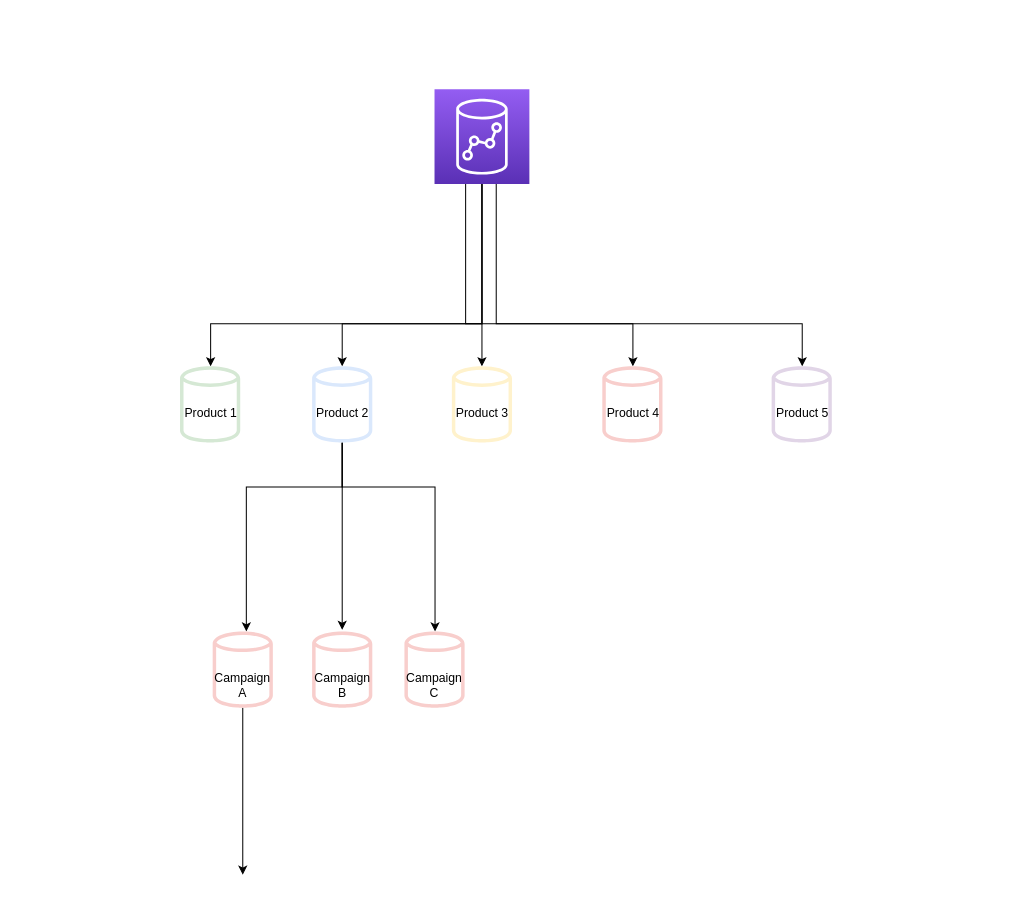
Before: data_hierachy.drawio in kajcryp/Blog-Flowcharts, a draw.io diagram. Source tidied: cells renumbered, new cells numbered last; positions are measured from the earlier drawing's top-left corner, leaving out a move shared by most shapes. Both pictures are drawn from the tidied source at 102%, with x=0, y=0 at pixel (180, 89).
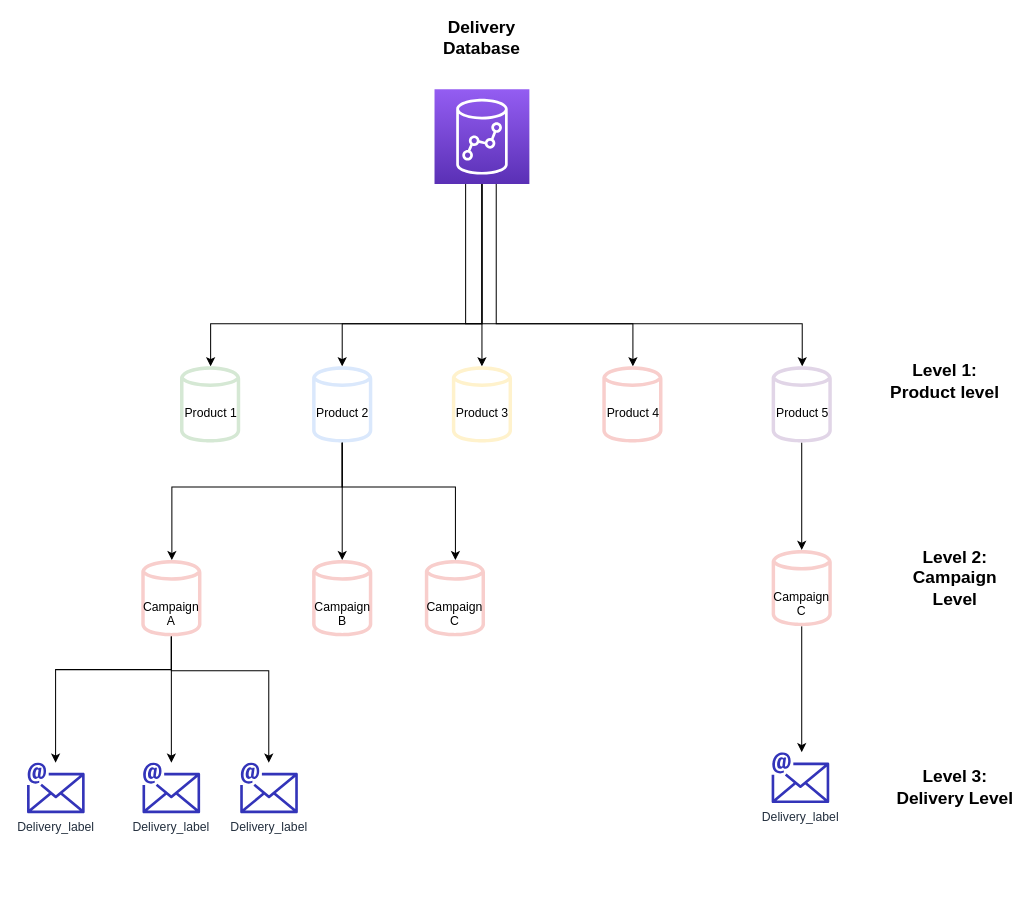
Above is the later version.

The change refers to these unchanged cells:
```xml
<mxCell id="11" value="Product 2" style="outlineConnect=0;fillColor=#dae8fc;strokeColor=#6c8ebf;dashed=0;verticalLabelPosition=bottom;verticalAlign=top;align=center;html=1;fontSize=12;fontStyle=0;shape=mxgraph.aws4.generic_database;spacingTop=-44;" parent="1" vertex="1">
  <mxGeometry x="129.5" y="270" width="59" height="78" as="geometry" />
</mxCell>
<mxCell id="15" value="Product 5" style="outlineConnect=0;fillColor=#e1d5e7;strokeColor=#9673a6;dashed=0;verticalLabelPosition=bottom;verticalAlign=top;align=center;html=1;fontSize=12;fontStyle=0;shape=mxgraph.aws4.generic_database;spacingTop=-44;" parent="1" vertex="1">
  <mxGeometry x="580" y="270" width="59" height="78" as="geometry" />
</mxCell>
```

Diff of the diagram source:
```diff
@@
     <mxCell id="8" style="edgeStyle=orthogonalEdgeStyle;rounded=0;jettySize=auto;html=1;" parent="1" edge="1" source="11" target="17">
       <mxGeometry relative="1" as="geometry">
         <Array as="points">
           <mxPoint x="159" y="390" />
-          <mxPoint x="65" y="390" />
+          <mxPoint x="-8" y="390" />
         </Array>
       </mxGeometry>
     </mxCell>
-    <mxCell id="9" style="edgeStyle=orthogonalEdgeStyle;rounded=0;jettySize=auto;html=1;" parent="1" edge="1" source="11">
-      <mxGeometry relative="1" as="geometry">
-        <mxPoint x="159" y="530" as="targetPoint" />
-      </mxGeometry>
-    </mxCell>
     <mxCell id="10" style="edgeStyle=orthogonalEdgeStyle;rounded=0;jettySize=auto;html=1;" parent="1" edge="1" source="11" target="19">
       <mxGeometry relative="1" as="geometry">
         <Array as="points">
           <mxPoint x="159" y="390" />
-          <mxPoint x="250" y="390" />
+          <mxPoint x="270" y="390" />
         </Array>
       </mxGeometry>
     </mxCell>
@@
+    <mxCell id="20" style="edgeStyle=orthogonalEdgeStyle;rounded=0;jettySize=auto;html=1;" parent="1" edge="1" source="15" target="28">
+      <mxGeometry relative="1" as="geometry" />
+    </mxCell>
@@
-    <mxCell id="16" style="edgeStyle=orthogonalEdgeStyle;rounded=0;jettySize=auto;html=1;" parent="1" edge="1" source="17">
+    <mxCell id="16" style="edgeStyle=orthogonalEdgeStyle;rounded=0;jettySize=auto;html=1;" parent="1" edge="1" source="17" target="23">
       <mxGeometry relative="1" as="geometry">
-        <mxPoint x="61.5" y="770.1" as="targetPoint" />
         <Array as="points">
-          <mxPoint x="62" y="650" />
-          <mxPoint x="62" y="650" />
+          <mxPoint x="-8" y="569" />
+          <mxPoint x="-122" y="569" />
         </Array>
       </mxGeometry>
     </mxCell>
+    <mxCell id="21" style="edgeStyle=orthogonalEdgeStyle;rounded=0;jettySize=auto;html=1;" parent="1" edge="1" source="17" target="24">
+      <mxGeometry relative="1" as="geometry" />
+    </mxCell>
+    <mxCell id="22" style="edgeStyle=orthogonalEdgeStyle;rounded=0;jettySize=auto;html=1;" parent="1" edge="1" source="17" target="26">
+      <mxGeometry relative="1" as="geometry">
+        <Array as="points">
+          <mxPoint x="-8" y="570" />
+          <mxPoint x="87" y="570" />
+        </Array>
+      </mxGeometry>
+    </mxCell>
     <mxCell id="17" value="Campaign A" style="outlineConnect=0;strokeColor=#b85450;dashed=1;verticalLabelPosition=bottom;verticalAlign=top;align=center;html=1;fontSize=12;fontStyle=0;shape=mxgraph.aws4.generic_database;fillColor=#F8CECC;whiteSpace=wrap;spacingTop=-44;" parent="1" vertex="1">
-      <mxGeometry x="32" y="530" width="59" height="78" as="geometry" />
+      <mxGeometry x="-38" y="460" width="59" height="78" as="geometry" />
     </mxCell>
+    <mxCell id="19" value="Campaign C" style="outlineConnect=0;strokeColor=#b85450;dashed=1;verticalLabelPosition=bottom;verticalAlign=top;align=center;html=1;fontSize=12;fontStyle=0;shape=mxgraph.aws4.generic_database;fillColor=#F8CECC;whiteSpace=wrap;spacingTop=-44;" parent="1" vertex="1">
+      <mxGeometry x="240" y="460" width="59" height="78" as="geometry" />
+    </mxCell>
+    <mxCell id="23" value="Delivery_label" style="outlineConnect=0;fontColor=#232F3E;gradientColor=none;fillColor=#3334B9;strokeColor=none;dashed=0;verticalLabelPosition=bottom;verticalAlign=top;align=center;html=1;fontSize=12;fontStyle=0;shape=mxgraph.aws4.email;" parent="1" vertex="1">
+      <mxGeometry x="-150" y="660" width="56.5" height="50" as="geometry" />
+    </mxCell>
+    <mxCell id="24" value="Delivery_label" style="outlineConnect=0;fontColor=#232F3E;gradientColor=none;fillColor=#3334B9;strokeColor=none;dashed=0;verticalLabelPosition=bottom;verticalAlign=top;align=center;html=1;fontSize=12;fontStyle=0;shape=mxgraph.aws4.email;" parent="1" vertex="1">
+      <mxGeometry x="-36.8" y="660" width="56.5" height="50" as="geometry" />
+    </mxCell>
     <mxCell id="18" value="Campaign B" style="outlineConnect=0;strokeColor=#b85450;dashed=1;verticalLabelPosition=bottom;verticalAlign=top;align=center;html=1;fontSize=12;fontStyle=0;shape=mxgraph.aws4.generic_database;fillColor=#F8CECC;whiteSpace=wrap;spacingTop=-44;" parent="1" vertex="1">
-      <mxGeometry x="129.5" y="530" width="59" height="78" as="geometry" />
+      <mxGeometry x="129.5" y="460" width="59" height="78" as="geometry" />
     </mxCell>
-    <mxCell id="19" value="Campaign C" style="outlineConnect=0;strokeColor=#b85450;dashed=1;verticalLabelPosition=bottom;verticalAlign=top;align=center;html=1;fontSize=12;fontStyle=0;shape=mxgraph.aws4.generic_database;fillColor=#F8CECC;whiteSpace=wrap;spacingTop=-44;" parent="1" vertex="1">
-      <mxGeometry x="220" y="530" width="59" height="78" as="geometry" />
-    </mxCell>
+    <mxCell id="25" style="edgeStyle=orthogonalEdgeStyle;rounded=0;jettySize=auto;html=1;" parent="1" edge="1" source="11" target="18">
+      <mxGeometry relative="1" as="geometry" />
+    </mxCell>
+    <mxCell id="26" value="Delivery_label" style="outlineConnect=0;fontColor=#232F3E;gradientColor=none;fillColor=#3334B9;strokeColor=none;dashed=0;verticalLabelPosition=bottom;verticalAlign=top;align=center;html=1;fontSize=12;fontStyle=0;shape=mxgraph.aws4.email;" parent="1" vertex="1">
+      <mxGeometry x="59" y="660" width="56.5" height="50" as="geometry" />
+    </mxCell>
+    <mxCell id="27" style="edgeStyle=orthogonalEdgeStyle;rounded=0;jettySize=auto;html=1;" parent="1" edge="1" source="28">
+      <mxGeometry relative="1" as="geometry">
+        <mxPoint x="609.5" y="650" as="targetPoint" />
+      </mxGeometry>
+    </mxCell>
+    <mxCell id="28" value="Campaign C" style="outlineConnect=0;strokeColor=#b85450;dashed=1;verticalLabelPosition=bottom;verticalAlign=top;align=center;html=1;fontSize=12;fontStyle=0;shape=mxgraph.aws4.generic_database;fillColor=#F8CECC;whiteSpace=wrap;spacingTop=-44;" parent="1" vertex="1">
+      <mxGeometry x="580" y="450" width="59" height="78" as="geometry" />
+    </mxCell>
+    <mxCell id="29" value="Delivery_label" style="fontColor=#232F3E;gradientColor=none;fillColor=#3334B9;strokeColor=none;dashed=0;verticalLabelPosition=bottom;verticalAlign=top;align=center;html=1;fontSize=12;fontStyle=0;shape=mxgraph.aws4.email;" parent="1" vertex="1">
+      <mxGeometry x="580" y="650" width="56.5" height="50" as="geometry" />
+    </mxCell>
+    <mxCell id="30" value="&lt;b&gt;&lt;font style=&quot;font-size: 17px&quot;&gt;Delivery Database&lt;/font&gt;&lt;/b&gt;" style="text;html=1;strokeColor=none;fillColor=none;align=center;verticalAlign=middle;whiteSpace=wrap;rounded=0;dashed=1;" parent="1" vertex="1">
+      <mxGeometry x="276" y="-60" width="40" height="20" as="geometry" />
+    </mxCell>
+    <mxCell id="31" value="&lt;b&gt;&lt;font style=&quot;font-size: 17px&quot;&gt;Level 1: Product level&lt;/font&gt;&lt;/b&gt;" style="text;html=1;strokeColor=none;fillColor=none;align=center;verticalAlign=middle;whiteSpace=wrap;rounded=0;dashed=1;" parent="1" vertex="1">
+      <mxGeometry x="690" y="277" width="120" height="20" as="geometry" />
+    </mxCell>
+    <mxCell id="32" value="&lt;b&gt;&lt;font style=&quot;font-size: 17px&quot;&gt;Level 2: Campaign Level&lt;/font&gt;&lt;/b&gt;" style="text;html=1;strokeColor=none;fillColor=none;align=center;verticalAlign=middle;whiteSpace=wrap;rounded=0;dashed=1;" parent="1" vertex="1">
+      <mxGeometry x="700" y="470" width="120" height="20" as="geometry" />
+    </mxCell>
+    <mxCell id="33" value="&lt;b&gt;&lt;font style=&quot;font-size: 17px&quot;&gt;Level 3: Delivery Level&lt;/font&gt;&lt;/b&gt;" style="text;html=1;strokeColor=none;fillColor=none;align=center;verticalAlign=middle;whiteSpace=wrap;rounded=0;dashed=1;" parent="1" vertex="1">
+      <mxGeometry x="700" y="675" width="120" height="20" as="geometry" />
+    </mxCell>
```
